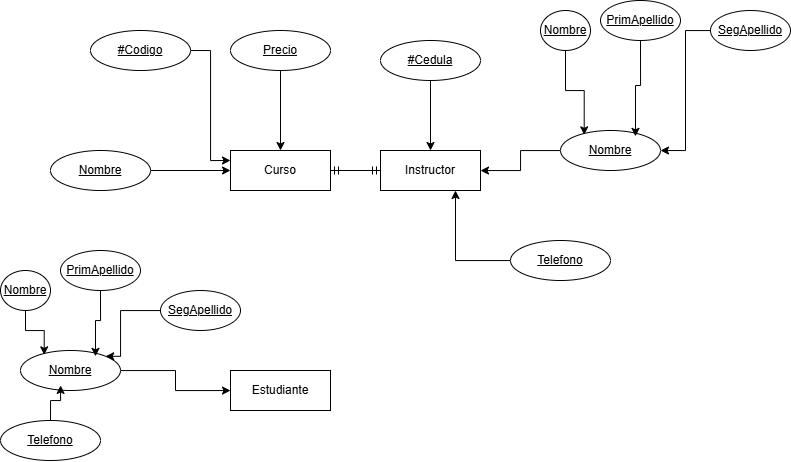
Above: Academia.drawio.png in StimpyCR/DrawiIO (draw.io), before the change. Source tidied: cells renumbered, new cells last; positions are measured from the earlier drawing's top-left corner, leaving out a move shared by most shapes.
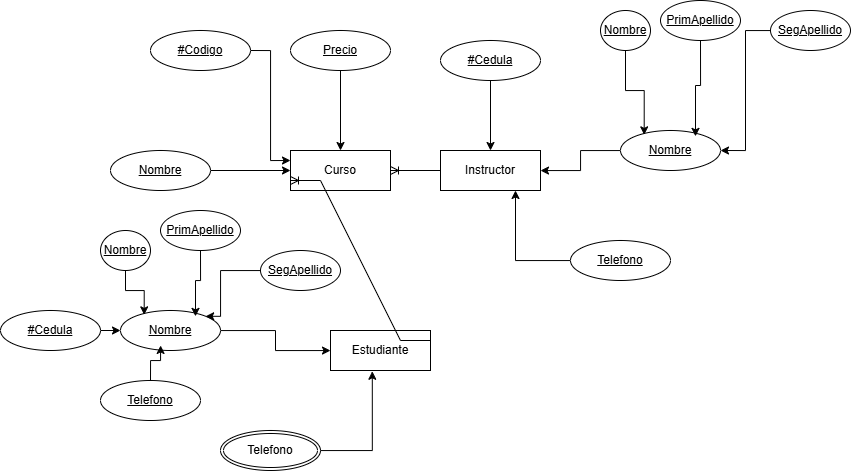
After the change.

Change to the diagram source:
```diff
@@ -9,7 +9,7 @@
       <mxGeometry x="380" y="150" width="100" height="40" as="geometry" />
     </mxCell>
     <mxCell id="4" value="Estudiante" style="whiteSpace=wrap;html=1;align=center;" parent="1" vertex="1">
-      <mxGeometry x="230" y="370" width="100" height="40" as="geometry" />
+      <mxGeometry x="270" y="330" width="100" height="40" as="geometry" />
     </mxCell>
     <mxCell id="5" style="edgeStyle=orthogonalEdgeStyle;rounded=0;jettySize=auto;html=1;exitX=1;exitY=0.5;exitDx=0;exitDy=0;entryX=0;entryY=0.25;entryDx=0;entryDy=0;" parent="1" edge="1" source="6" target="2">
       <mxGeometry relative="1" as="geometry" />
@@ -69,24 +69,24 @@
       <mxGeometry relative="1" as="geometry" />
     </mxCell>
     <mxCell id="24" value="Nombre" style="ellipse;whiteSpace=wrap;html=1;align=center;fontStyle=4;" parent="1" vertex="1">
-      <mxGeometry x="20" y="350" width="100" height="40" as="geometry" />
+      <mxGeometry x="60" y="310" width="100" height="40" as="geometry" />
     </mxCell>
     <mxCell id="25" value="Nombre" style="ellipse;whiteSpace=wrap;html=1;align=center;fontStyle=4;" parent="1" vertex="1">
-      <mxGeometry y="270" width="50" height="40" as="geometry" />
+      <mxGeometry x="40" y="230" width="50" height="40" as="geometry" />
     </mxCell>
     <mxCell id="26" value="PrimApellido" style="ellipse;whiteSpace=wrap;html=1;align=center;fontStyle=4;" parent="1" vertex="1">
-      <mxGeometry x="60" y="250" width="80" height="40" as="geometry" />
+      <mxGeometry x="100" y="210" width="80" height="40" as="geometry" />
     </mxCell>
     <mxCell id="27" style="edgeStyle=orthogonalEdgeStyle;rounded=0;jettySize=auto;html=1;entryX=1;entryY=0;entryDx=0;entryDy=0;" parent="1" edge="1" source="28" target="24">
       <mxGeometry relative="1" as="geometry">
         <Array as="points">
-          <mxPoint x="120" y="310" />
-          <mxPoint x="120" y="356" />
+          <mxPoint x="160" y="270" />
+          <mxPoint x="160" y="316" />
         </Array>
       </mxGeometry>
     </mxCell>
     <mxCell id="28" value="SegApellido" style="ellipse;whiteSpace=wrap;html=1;align=center;fontStyle=4;" parent="1" vertex="1">
-      <mxGeometry x="160" y="290" width="80" height="40" as="geometry" />
+      <mxGeometry x="200" y="250" width="80" height="40" as="geometry" />
     </mxCell>
     <mxCell id="29" style="edgeStyle=orthogonalEdgeStyle;rounded=0;jettySize=auto;html=1;entryX=0.237;entryY=0.109;entryDx=0;entryDy=0;entryPerimeter=0;" parent="1" edge="1" source="25" target="24">
       <mxGeometry relative="1" as="geometry" />
@@ -95,13 +95,28 @@
       <mxGeometry relative="1" as="geometry" />
     </mxCell>
     <mxCell id="31" value="Telefono" style="ellipse;whiteSpace=wrap;html=1;align=center;fontStyle=4;" parent="1" vertex="1">
-      <mxGeometry y="420" width="100" height="40" as="geometry" />
+      <mxGeometry x="40" y="380" width="100" height="40" as="geometry" />
     </mxCell>
     <mxCell id="32" style="edgeStyle=orthogonalEdgeStyle;rounded=0;jettySize=auto;html=1;entryX=0.401;entryY=0.874;entryDx=0;entryDy=0;entryPerimeter=0;" parent="1" edge="1" source="31" target="24">
       <mxGeometry relative="1" as="geometry" />
     </mxCell>
-    <mxCell id="33" style="edgeStyle=entityRelationEdgeStyle;fontSize=12;html=1;endArrow=ERmandOne;startArrow=ERmandOne;rounded=0;" parent="1" edge="1" source="2" target="3">
-      <mxGeometry relative="1" as="geometry" />
-    </mxCell>
+    <mxCell id="34" style="edgeStyle=entityRelationEdgeStyle;fontSize=12;html=1;endArrow=ERoneToMany;rounded=0;entryX=1;entryY=0.5;entryDx=0;entryDy=0;exitX=0;exitY=0.5;exitDx=0;exitDy=0;" parent="1" edge="1" source="3" target="2">
+      <mxGeometry relative="1" as="geometry" />
+    </mxCell>
+    <mxCell id="35" style="edgeStyle=orthogonalEdgeStyle;rounded=0;jettySize=auto;html=1;exitX=1;exitY=0.5;exitDx=0;exitDy=0;entryX=0;entryY=0.5;entryDx=0;entryDy=0;" parent="1" edge="1" source="36" target="24">
+      <mxGeometry relative="1" as="geometry" />
+    </mxCell>
+    <mxCell id="36" value="#Cedula" style="ellipse;whiteSpace=wrap;html=1;align=center;fontStyle=4;" parent="1" vertex="1">
+      <mxGeometry x="-60" y="310" width="100" height="40" as="geometry" />
+    </mxCell>
+    <mxCell id="37" value="Telefono" style="ellipse;shape=doubleEllipse;margin=3;whiteSpace=wrap;html=1;align=center;" parent="1" vertex="1">
+      <mxGeometry x="160" y="430" width="100" height="40" as="geometry" />
+    </mxCell>
+    <mxCell id="38" style="edgeStyle=orthogonalEdgeStyle;rounded=0;jettySize=auto;html=1;entryX=0.418;entryY=1.019;entryDx=0;entryDy=0;entryPerimeter=0;" parent="1" edge="1" source="37" target="4">
+      <mxGeometry relative="1" as="geometry" />
+    </mxCell>
+    <mxCell id="39" style="edgeStyle=entityRelationEdgeStyle;fontSize=12;html=1;endArrow=ERoneToMany;rounded=0;exitX=1;exitY=0.25;exitDx=0;exitDy=0;entryX=0;entryY=0.75;entryDx=0;entryDy=0;" parent="1" edge="1" source="4" target="2">
+      <mxGeometry relative="1" as="geometry" />
+    </mxCell>
   </root>
 </mxGraphModel>
```
